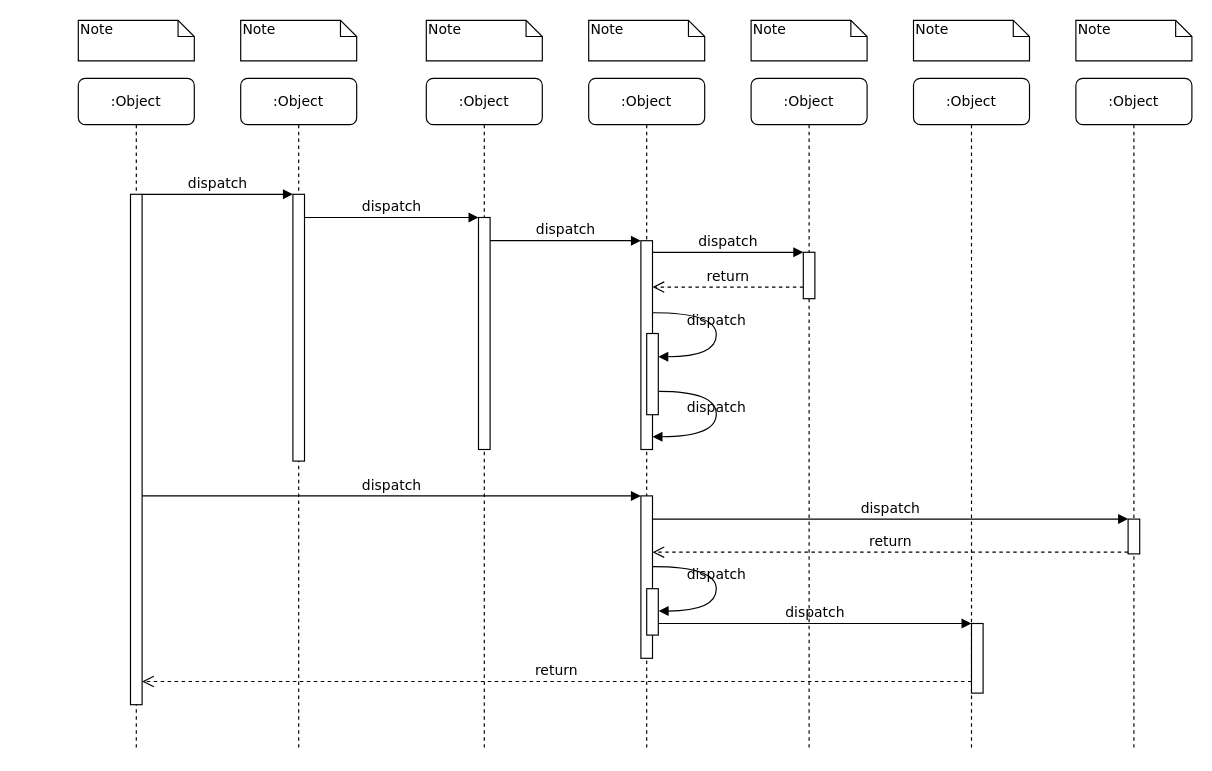
Before: P1_Coleta_de_lixo/diagrama de sequencias.drawio in limajonatas/pbl_redes_2022.1, a draw.io diagram. Source tidied: cells renumbered, new cells numbered last; positions are measured from the earlier drawing's top-left corner, leaving out a move shared by most shapes. Both pictures are drawn from the tidied source at 116%, with x=0, y=0 at pixel (78, 20).
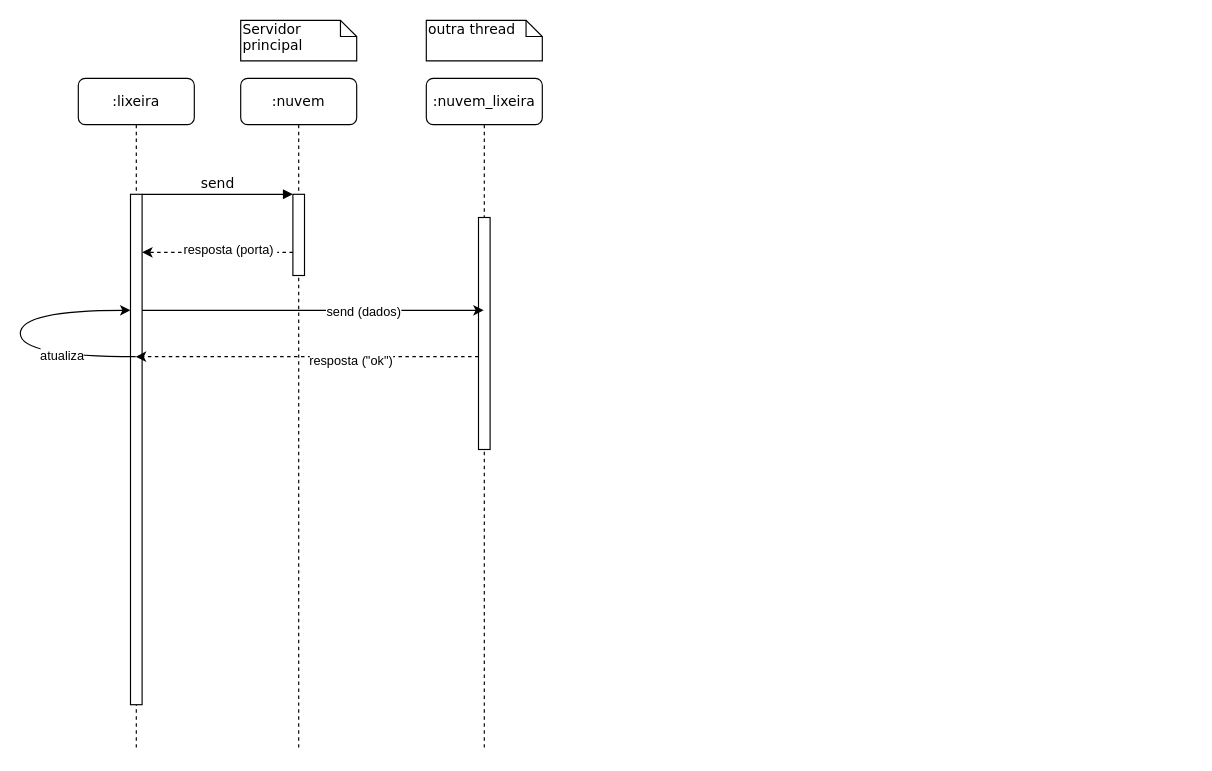
After the change.

Unchanged cells that the change refers to:
```xml
<mxCell id="5" style="html=1;points=[];perimeter=orthogonalPerimeter;rounded=0;shadow=0;comic=0;labelBackgroundColor=none;strokeWidth=1;fontFamily=Verdana;fontSize=12;align=center;" parent="4" vertex="1">
  <mxGeometry x="45" y="120" width="10" height="200" as="geometry" />
</mxCell>
<mxCell id="11" style="html=1;points=[];perimeter=orthogonalPerimeter;rounded=0;shadow=0;comic=0;labelBackgroundColor=none;strokeWidth=1;fontFamily=Verdana;fontSize=12;align=center;" parent="10" vertex="1">
  <mxGeometry x="45" y="100" width="10" height="440" as="geometry" />
</mxCell>
```

Change to the diagram source:
```diff
@@
-    <mxCell id="2" value=":Object" style="shape=umlLifeline;perimeter=lifelinePerimeter;whiteSpace=wrap;html=1;rounded=1;shadow=0;comic=0;labelBackgroundColor=none;strokeWidth=1;fontFamily=Verdana;fontSize=12;align=center;" parent="1" vertex="1">
+    <mxCell id="2" value=":nuvem" style="shape=umlLifeline;perimeter=lifelinePerimeter;whiteSpace=wrap;html=1;rounded=1;shadow=0;comic=0;labelBackgroundColor=none;strokeWidth=1;fontFamily=Verdana;fontSize=12;align=center;" parent="1" vertex="1">
       <mxGeometry x="140" y="50" width="100" height="580" as="geometry" />
     </mxCell>
     <mxCell id="3" style="html=1;points=[];perimeter=orthogonalPerimeter;rounded=0;shadow=0;comic=0;labelBackgroundColor=none;strokeWidth=1;fontFamily=Verdana;fontSize=12;align=center;" parent="2" vertex="1">
-      <mxGeometry x="45" y="100" width="10" height="230" as="geometry" />
+      <mxGeometry x="45" y="100" width="10" height="70" as="geometry" />
     </mxCell>
-    <mxCell id="4" value=":Object" style="shape=umlLifeline;perimeter=lifelinePerimeter;whiteSpace=wrap;html=1;outlineConnect=0;rounded=1;shadow=0;comic=0;labelBackgroundColor=none;strokeWidth=1;fontFamily=Verdana;fontSize=12;align=center;" parent="1" vertex="1">
+    <mxCell id="4" value=":nuvem_lixeira" style="shape=umlLifeline;perimeter=lifelinePerimeter;whiteSpace=wrap;html=1;outlineConnect=0;rounded=1;shadow=0;comic=0;labelBackgroundColor=none;strokeWidth=1;fontFamily=Verdana;fontSize=12;align=center;" parent="1" vertex="1">
       <mxGeometry x="300" y="50" width="100" height="580" as="geometry" />
     </mxCell>
@@
-    <mxCell id="6" value=":Object" style="shape=umlLifeline;perimeter=lifelinePerimeter;whiteSpace=wrap;html=1;rounded=1;shadow=0;comic=0;labelBackgroundColor=none;strokeWidth=1;fontFamily=Verdana;fontSize=12;align=center;" parent="1" vertex="1">
-      <mxGeometry x="440" y="50" width="100" height="580" as="geometry" />
-    </mxCell>
-    <mxCell id="7" value=":Object" style="shape=umlLifeline;perimeter=lifelinePerimeter;whiteSpace=wrap;html=1;rounded=1;shadow=0;comic=0;labelBackgroundColor=none;strokeWidth=1;fontFamily=Verdana;fontSize=12;align=center;" parent="1" vertex="1">
-      <mxGeometry x="580" y="50" width="100" height="580" as="geometry" />
-    </mxCell>
-    <mxCell id="8" value=":Object" style="shape=umlLifeline;perimeter=lifelinePerimeter;whiteSpace=wrap;html=1;rounded=1;shadow=0;comic=0;labelBackgroundColor=none;strokeWidth=1;fontFamily=Verdana;fontSize=12;align=center;" parent="1" vertex="1">
-      <mxGeometry x="720" y="50" width="100" height="580" as="geometry" />
-    </mxCell>
-    <mxCell id="9" value=":Object" style="shape=umlLifeline;perimeter=lifelinePerimeter;whiteSpace=wrap;html=1;rounded=1;shadow=0;comic=0;labelBackgroundColor=none;strokeWidth=1;fontFamily=Verdana;fontSize=12;align=center;" parent="1" vertex="1">
-      <mxGeometry x="860" y="50" width="100" height="580" as="geometry" />
-    </mxCell>
-    <mxCell id="10" value=":Object" style="shape=umlLifeline;perimeter=lifelinePerimeter;whiteSpace=wrap;html=1;outlineConnect=0;rounded=1;shadow=0;comic=0;labelBackgroundColor=none;strokeWidth=1;fontFamily=Verdana;fontSize=12;align=center;" parent="1" vertex="1">
+    <mxCell id="10" value=":lixeira" style="shape=umlLifeline;perimeter=lifelinePerimeter;whiteSpace=wrap;html=1;outlineConnect=0;rounded=1;shadow=0;comic=0;labelBackgroundColor=none;strokeWidth=1;fontFamily=Verdana;fontSize=12;align=center;" parent="1" vertex="1">
       <mxGeometry y="50" width="100" height="580" as="geometry" />
     </mxCell>
@@
-    <mxCell id="12" style="html=1;points=[];perimeter=orthogonalPerimeter;rounded=0;shadow=0;comic=0;labelBackgroundColor=none;strokeWidth=1;fontFamily=Verdana;fontSize=12;align=center;" parent="1" vertex="1">
-      <mxGeometry x="485" y="190" width="10" height="180" as="geometry" />
-    </mxCell>
-    <mxCell id="13" value="dispatch" style="html=1;verticalAlign=bottom;endArrow=block;labelBackgroundColor=none;fontFamily=Verdana;fontSize=12;edgeStyle=elbowEdgeStyle;elbow=vertical;" parent="1" edge="1" source="5" target="12">
-      <mxGeometry relative="1" as="geometry">
-        <Array as="points">
-          <mxPoint x="360" y="190" />
-        </Array>
-      </mxGeometry>
-    </mxCell>
-    <mxCell id="14" style="html=1;points=[];perimeter=orthogonalPerimeter;rounded=0;shadow=0;comic=0;labelBackgroundColor=none;strokeWidth=1;fontFamily=Verdana;fontSize=12;align=center;" parent="1" vertex="1">
-      <mxGeometry x="625" y="200" width="10" height="40" as="geometry" />
-    </mxCell>
-    <mxCell id="15" value="dispatch" style="html=1;verticalAlign=bottom;endArrow=block;entryX=0;entryY=0;labelBackgroundColor=none;fontFamily=Verdana;fontSize=12;edgeStyle=elbowEdgeStyle;elbow=vertical;" parent="1" edge="1" source="12" target="14">
-      <mxGeometry relative="1" as="geometry" />
-    </mxCell>
-    <mxCell id="16" value="return" style="html=1;verticalAlign=bottom;endArrow=open;dashed=1;endSize=8;labelBackgroundColor=none;fontFamily=Verdana;fontSize=12;edgeStyle=elbowEdgeStyle;elbow=vertical;" parent="1" edge="1" source="14" target="12">
-      <mxGeometry relative="1" as="geometry">
-        <Array as="points">
-          <mxPoint x="570" y="230" />
-          <mxPoint x="600" y="230" />
-        </Array>
-      </mxGeometry>
-    </mxCell>
-    <mxCell id="17" style="html=1;points=[];perimeter=orthogonalPerimeter;rounded=0;shadow=0;comic=0;labelBackgroundColor=none;strokeWidth=1;fontFamily=Verdana;fontSize=12;align=center;" parent="1" vertex="1">
-      <mxGeometry x="485" y="410" width="10" height="140" as="geometry" />
-    </mxCell>
-    <mxCell id="18" value="dispatch" style="html=1;verticalAlign=bottom;endArrow=block;entryX=0;entryY=0;labelBackgroundColor=none;fontFamily=Verdana;fontSize=12;" parent="1" edge="1" source="11" target="17">
-      <mxGeometry relative="1" as="geometry" />
-    </mxCell>
-    <mxCell id="19" style="html=1;points=[];perimeter=orthogonalPerimeter;rounded=0;shadow=0;comic=0;labelBackgroundColor=none;strokeColor=#000000;strokeWidth=1;fillColor=#FFFFFF;fontFamily=Verdana;fontSize=12;fontColor=#000000;align=center;" parent="1" vertex="1">
-      <mxGeometry x="905" y="430" width="10" height="30" as="geometry" />
-    </mxCell>
-    <mxCell id="20" value="dispatch" style="html=1;verticalAlign=bottom;endArrow=block;entryX=0;entryY=0;labelBackgroundColor=none;fontFamily=Verdana;fontSize=12;" parent="1" edge="1" source="17" target="19">
-      <mxGeometry relative="1" as="geometry" />
-    </mxCell>
-    <mxCell id="21" value="return" style="html=1;verticalAlign=bottom;endArrow=open;dashed=1;endSize=8;exitX=0;exitY=0.95;labelBackgroundColor=none;fontFamily=Verdana;fontSize=12;" parent="1" edge="1" source="19" target="17">
-      <mxGeometry relative="1" as="geometry" />
-    </mxCell>
-    <mxCell id="22" style="html=1;points=[];perimeter=orthogonalPerimeter;rounded=0;shadow=0;comic=0;labelBackgroundColor=none;strokeWidth=1;fontFamily=Verdana;fontSize=12;align=center;" parent="1" vertex="1">
-      <mxGeometry x="770" y="520" width="10" height="60" as="geometry" />
-    </mxCell>
-    <mxCell id="23" value="dispatch" style="html=1;verticalAlign=bottom;endArrow=block;entryX=0;entryY=0;labelBackgroundColor=none;fontFamily=Verdana;fontSize=12;edgeStyle=elbowEdgeStyle;elbow=vertical;" parent="1" edge="1" source="30" target="22">
-      <mxGeometry relative="1" as="geometry" />
-    </mxCell>
-    <mxCell id="24" value="return" style="html=1;verticalAlign=bottom;endArrow=open;dashed=1;endSize=8;labelBackgroundColor=none;fontFamily=Verdana;fontSize=12;edgeStyle=elbowEdgeStyle;elbow=vertical;" parent="1" edge="1" source="22" target="11">
-      <mxGeometry relative="1" as="geometry">
-        <Array as="points">
-          <mxPoint x="470" y="570" />
-        </Array>
-      </mxGeometry>
-    </mxCell>
+    <mxCell id="39" style="endArrow=classic;html=1;rounded=0;edgeStyle=orthogonalEdgeStyle;elbow=vertical;curved=1;" parent="10" edge="1" source="10" target="11">
+      <mxGeometry relative="1" as="geometry">
+        <Array as="points">
+          <mxPoint x="-50" y="240" />
+          <mxPoint x="-50" y="200" />
+        </Array>
+      </mxGeometry>
+    </mxCell>
+    <mxCell id="40" value="atualiza" style="edgeLabel;html=1;align=center;verticalAlign=middle;" parent="39" vertex="1">
+      <mxGeometry x="-0.45" y="-2" relative="1" as="geometry" />
+    </mxCell>
-    <mxCell id="25" value="dispatch" style="html=1;verticalAlign=bottom;endArrow=block;entryX=0;entryY=0;labelBackgroundColor=none;fontFamily=Verdana;fontSize=12;edgeStyle=elbowEdgeStyle;elbow=vertical;" parent="1" edge="1" source="11" target="3">
+    <mxCell id="25" value="send" style="html=1;verticalAlign=bottom;endArrow=block;entryX=0;entryY=0;labelBackgroundColor=none;fontFamily=Verdana;fontSize=12;edgeStyle=elbowEdgeStyle;elbow=vertical;" parent="1" edge="1" source="11" target="3">
       <mxGeometry relative="1" as="geometry" />
     </mxCell>
-    <mxCell id="26" value="dispatch" style="html=1;verticalAlign=bottom;endArrow=block;entryX=0;entryY=0;labelBackgroundColor=none;fontFamily=Verdana;fontSize=12;edgeStyle=elbowEdgeStyle;elbow=vertical;" parent="1" edge="1" source="3" target="5">
-      <mxGeometry relative="1" as="geometry" />
-    </mxCell>
-    <mxCell id="27" style="html=1;points=[];perimeter=orthogonalPerimeter;rounded=0;shadow=0;comic=0;labelBackgroundColor=none;strokeWidth=1;fontFamily=Verdana;fontSize=12;align=center;" parent="1" vertex="1">
-      <mxGeometry x="490" y="270" width="10" height="70" as="geometry" />
-    </mxCell>
-    <mxCell id="28" value="dispatch" style="html=1;verticalAlign=bottom;endArrow=block;labelBackgroundColor=none;fontFamily=Verdana;fontSize=12;elbow=vertical;edgeStyle=orthogonalEdgeStyle;curved=1;entryX=1;entryY=0.286;entryPerimeter=0;exitX=1.038;exitY=0.345;exitPerimeter=0;" parent="1" edge="1" source="12" target="27">
-      <mxGeometry relative="1" as="geometry">
-        <Array as="points">
-          <mxPoint x="550" y="252" />
-          <mxPoint x="550" y="290" />
-        </Array>
-      </mxGeometry>
-    </mxCell>
-    <mxCell id="29" value="dispatch" style="html=1;verticalAlign=bottom;endArrow=block;labelBackgroundColor=none;fontFamily=Verdana;fontSize=12;elbow=vertical;edgeStyle=orthogonalEdgeStyle;curved=1;exitX=1.066;exitY=0.713;exitPerimeter=0;" parent="1" edge="1" source="27">
-      <mxGeometry relative="1" as="geometry">
-        <mxPoint x="495" y="359" as="targetPoint" />
-        <Array as="points">
-          <mxPoint x="550" y="320" />
-          <mxPoint x="550" y="359" />
-        </Array>
-      </mxGeometry>
-    </mxCell>
-    <mxCell id="30" style="html=1;points=[];perimeter=orthogonalPerimeter;rounded=0;shadow=0;comic=0;labelBackgroundColor=none;strokeWidth=1;fontFamily=Verdana;fontSize=12;align=center;" parent="1" vertex="1">
-      <mxGeometry x="490" y="490" width="10" height="40" as="geometry" />
-    </mxCell>
-    <mxCell id="31" value="dispatch" style="html=1;verticalAlign=bottom;endArrow=block;labelBackgroundColor=none;fontFamily=Verdana;fontSize=12;elbow=vertical;edgeStyle=orthogonalEdgeStyle;curved=1;entryX=1;entryY=0.286;entryPerimeter=0;exitX=1.038;exitY=0.345;exitPerimeter=0;" parent="1" edge="1">
-      <mxGeometry relative="1" as="geometry">
-        <mxPoint x="495.3" y="471" as="sourcePoint" />
-        <mxPoint x="500.3" y="509.3" as="targetPoint" />
-        <Array as="points">
-          <mxPoint x="550" y="471" />
-          <mxPoint x="550" y="509" />
-        </Array>
-      </mxGeometry>
-    </mxCell>
-    <mxCell id="32" value="Note" style="shape=note;whiteSpace=wrap;html=1;size=14;verticalAlign=top;align=left;spacingTop=-6;rounded=0;shadow=0;comic=0;labelBackgroundColor=none;strokeWidth=1;fontFamily=Verdana;fontSize=12;" parent="1" vertex="1">
-      <mxGeometry width="100" height="35" as="geometry" />
-    </mxCell>
-    <mxCell id="33" value="Note" style="shape=note;whiteSpace=wrap;html=1;size=14;verticalAlign=top;align=left;spacingTop=-6;rounded=0;shadow=0;comic=0;labelBackgroundColor=none;strokeWidth=1;fontFamily=Verdana;fontSize=12;" parent="1" vertex="1">
+    <mxCell id="33" value="Servidor principal" style="shape=note;whiteSpace=wrap;html=1;size=14;verticalAlign=top;align=left;spacingTop=-6;rounded=0;shadow=0;comic=0;labelBackgroundColor=none;strokeWidth=1;fontFamily=Verdana;fontSize=12;" parent="1" vertex="1">
       <mxGeometry x="140" width="100" height="35" as="geometry" />
     </mxCell>
-    <mxCell id="34" value="Note" style="shape=note;whiteSpace=wrap;html=1;size=14;verticalAlign=top;align=left;spacingTop=-6;rounded=0;shadow=0;comic=0;labelBackgroundColor=none;strokeWidth=1;fontFamily=Verdana;fontSize=12;" parent="1" vertex="1">
+    <mxCell id="34" value="outra thread" style="shape=note;whiteSpace=wrap;html=1;size=14;verticalAlign=top;align=left;spacingTop=-6;rounded=0;shadow=0;comic=0;labelBackgroundColor=none;strokeWidth=1;fontFamily=Verdana;fontSize=12;" parent="1" vertex="1">
       <mxGeometry x="300" width="100" height="35" as="geometry" />
     </mxCell>
-    <mxCell id="35" value="Note" style="shape=note;whiteSpace=wrap;html=1;size=14;verticalAlign=top;align=left;spacingTop=-6;rounded=0;shadow=0;comic=0;labelBackgroundColor=none;strokeWidth=1;fontFamily=Verdana;fontSize=12;" parent="1" vertex="1">
-      <mxGeometry x="440" width="100" height="35" as="geometry" />
-    </mxCell>
-    <mxCell id="36" value="Note" style="shape=note;whiteSpace=wrap;html=1;size=14;verticalAlign=top;align=left;spacingTop=-6;rounded=0;shadow=0;comic=0;labelBackgroundColor=none;strokeWidth=1;fontFamily=Verdana;fontSize=12;" parent="1" vertex="1">
-      <mxGeometry x="580" width="100" height="35" as="geometry" />
-    </mxCell>
-    <mxCell id="37" value="Note" style="shape=note;whiteSpace=wrap;html=1;size=14;verticalAlign=top;align=left;spacingTop=-6;rounded=0;shadow=0;comic=0;labelBackgroundColor=none;strokeWidth=1;fontFamily=Verdana;fontSize=12;" parent="1" vertex="1">
-      <mxGeometry x="720" width="100" height="35" as="geometry" />
-    </mxCell>
-    <mxCell id="38" value="Note" style="shape=note;whiteSpace=wrap;html=1;size=14;verticalAlign=top;align=left;spacingTop=-6;rounded=0;shadow=0;comic=0;labelBackgroundColor=none;strokeWidth=1;fontFamily=Verdana;fontSize=12;" parent="1" vertex="1">
-      <mxGeometry x="860" width="100" height="35" as="geometry" />
-    </mxCell>
+    <mxCell id="41" style="edgeStyle=orthogonalEdgeStyle;rounded=0;jettySize=auto;html=1;dashed=1;" parent="1" edge="1" source="3" target="11">
+      <mxGeometry relative="1" as="geometry">
+        <Array as="points">
+          <mxPoint x="110" y="200" />
+          <mxPoint x="110" y="200" />
+        </Array>
+      </mxGeometry>
+    </mxCell>
+    <mxCell id="42" value="resposta (porta)&amp;nbsp;" style="edgeLabel;html=1;align=center;verticalAlign=middle;" parent="41" vertex="1">
+      <mxGeometry x="-0.15" y="-3" relative="1" as="geometry" />
+    </mxCell>
+    <mxCell id="43" style="edgeStyle=orthogonalEdgeStyle;rounded=0;jettySize=auto;html=1;" parent="1" edge="1" source="11" target="4">
+      <mxGeometry relative="1" as="geometry">
+        <Array as="points">
+          <mxPoint x="270" y="250" />
+          <mxPoint x="270" y="250" />
+        </Array>
+      </mxGeometry>
+    </mxCell>
+    <mxCell id="44" value="send (dados)" style="edgeLabel;html=1;align=center;verticalAlign=middle;" parent="43" vertex="1">
+      <mxGeometry x="0.29" relative="1" as="geometry" />
+    </mxCell>
+    <mxCell id="45" style="edgeStyle=orthogonalEdgeStyle;rounded=0;jettySize=auto;html=1;dashed=1;" parent="1" edge="1" source="5" target="10">
+      <mxGeometry relative="1" as="geometry">
+        <Array as="points">
+          <mxPoint x="140" y="290" />
+          <mxPoint x="140" y="290" />
+        </Array>
+      </mxGeometry>
+    </mxCell>
+    <mxCell id="46" value="resposta (&quot;ok&quot;)" style="edgeLabel;html=1;align=center;verticalAlign=middle;" parent="45" vertex="1">
+      <mxGeometry x="-0.25" y="3" relative="1" as="geometry" />
+    </mxCell>
```
